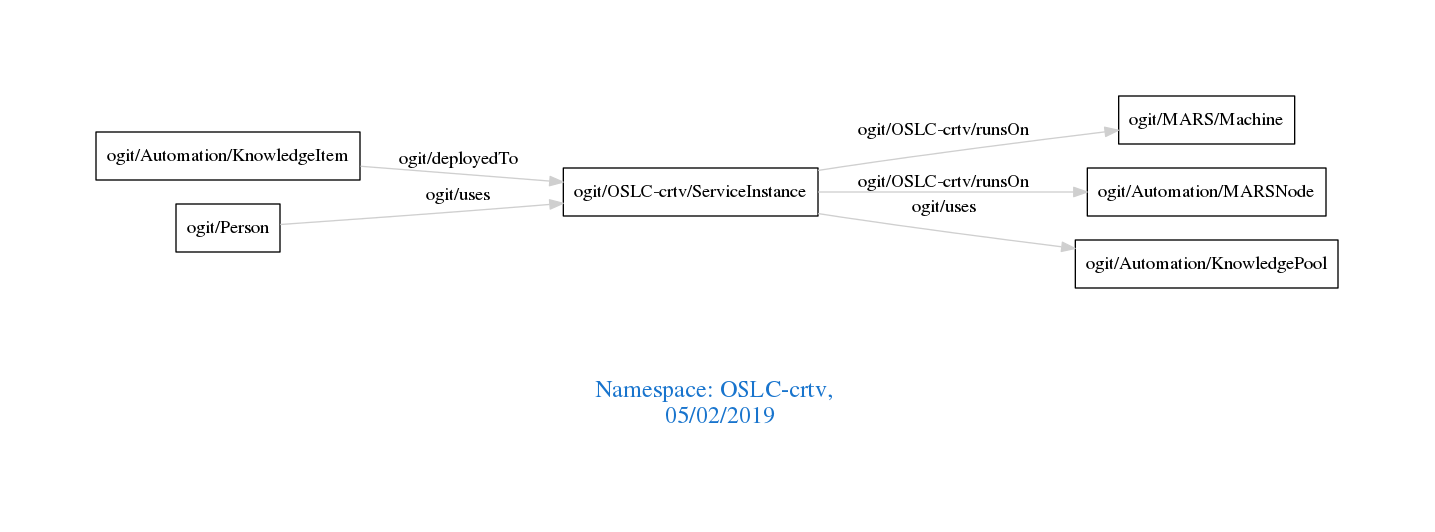
arago/OGIT keeps this Graphviz diagram as downloads/OSLC-crtv.png. Above is the earlier version. Its source is kept beside it as downloads/OSLC-crtv.dot.
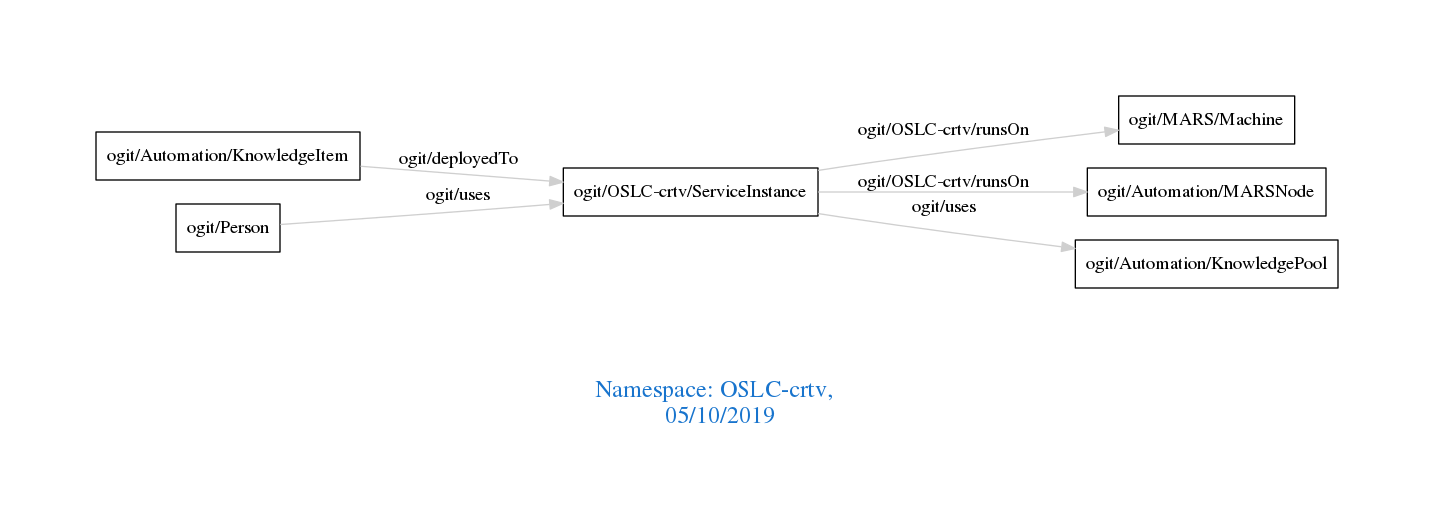
The same diagram one commit later.

The edit, as a diff of the source:
```diff
@@ -1,7 +1,7 @@
 digraph OGIT_ontology {
  graph [ rankdir= LR,pad=1
 fontsize = 18,
-fontcolor= dodgerblue3,label = "\n\n\nNamespace: OSLC-crtv, \n 05/02/2019"];
+fontcolor= dodgerblue3,label = "\n\n\nNamespace: OSLC-crtv, \n 05/10/2019"];
 node[shape=polygon];
 edge [  color="gray81"];
 
```
